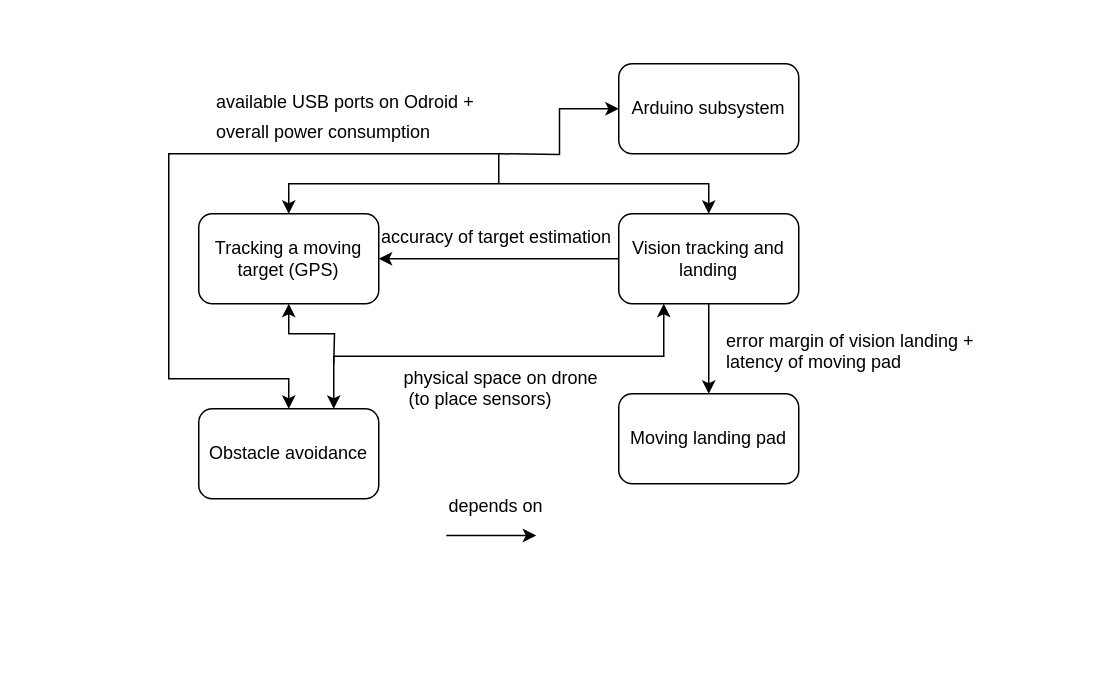
Earlier version of the draw.io diagram dependency_graph.drawio (prasannawilliams/high-level-architecture). Source tidied: cells renumbered, new cells numbered last; positions are measured from the earlier drawing's top-left corner, leaving out a move shared by most shapes. Both pictures are drawn from the tidied source at 150%, with x=0, y=0 at pixel (168, 63).
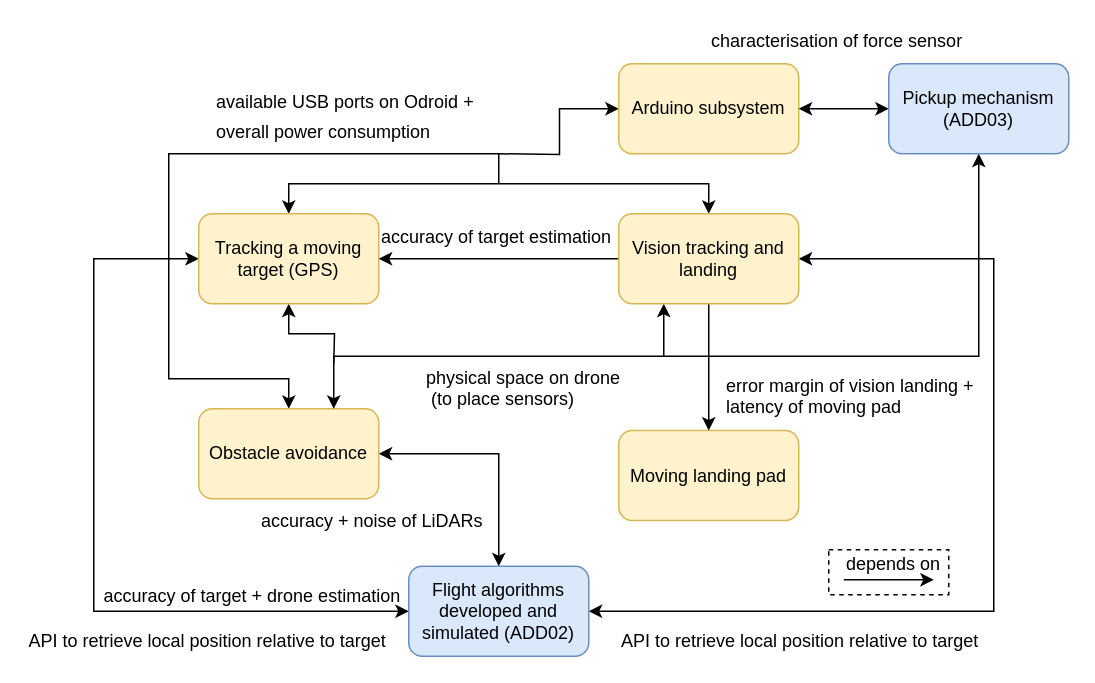
After the change.

Diff of the diagram source:
```diff
@@
+    <mxCell id="21" style="rounded=0;whiteSpace=wrap;html=1;dashed=1;" parent="1" vertex="1">
+      <mxGeometry x="440" y="324" width="80" height="30" as="geometry" />
+    </mxCell>
@@
+    <mxCell id="22" style="edgeStyle=orthogonalEdgeStyle;rounded=0;jettySize=auto;html=1;startArrow=classic;startFill=1;endArrow=classic;endFill=1;entryX=0;entryY=0.5;entryDx=0;entryDy=0;" parent="1" edge="1" source="4" target="25">
+      <mxGeometry relative="1" as="geometry">
+        <Array as="points">
+          <mxPoint x="-50" y="130" />
+          <mxPoint x="-50" y="365" />
+        </Array>
+      </mxGeometry>
+    </mxCell>
-    <mxCell id="4" value="Tracking a moving target (GPS)" style="rounded=1;whiteSpace=wrap;html=1;" parent="1" vertex="1">
+    <mxCell id="4" value="Tracking a moving target (GPS)" style="rounded=1;whiteSpace=wrap;html=1;fillColor=#fff2cc;strokeColor=#d6b656;" parent="1" vertex="1">
       <mxGeometry x="20" y="100" width="120" height="60" as="geometry" />
     </mxCell>
     <mxCell id="5" style="endArrow=classic;html=1;" parent="1" edge="1">
       <mxGeometry relative="1" as="geometry">
-        <mxPoint x="185" y="314.5" as="sourcePoint" />
-        <mxPoint x="245" y="314.5" as="targetPoint" />
+        <mxPoint x="450" y="344" as="sourcePoint" />
+        <mxPoint x="510" y="344" as="targetPoint" />
       </mxGeometry>
     </mxCell>
     <mxCell id="6" value="depends on" style="text;html=1;align=left;verticalAlign=top;spacingTop=-4;" parent="1" vertex="1">
-      <mxGeometry x="185" y="284.5" width="80" height="20" as="geometry" />
+      <mxGeometry x="450" y="324" width="80" height="20" as="geometry" />
     </mxCell>
-    <mxCell id="7" value="Moving landing pad" style="rounded=1;whiteSpace=wrap;html=1;" parent="1" vertex="1">
-      <mxGeometry x="300" y="220" width="120" height="60" as="geometry" />
+    <mxCell id="7" value="Moving landing pad" style="rounded=1;whiteSpace=wrap;html=1;fillColor=#fff2cc;strokeColor=#d6b656;" parent="1" vertex="1">
+      <mxGeometry x="300" y="244.5" width="120" height="60" as="geometry" />
     </mxCell>
@@
+    <mxCell id="23" style="edgeStyle=orthogonalEdgeStyle;rounded=0;jettySize=auto;html=1;entryX=0.5;entryY=0;entryDx=0;entryDy=0;startArrow=classic;startFill=1;endArrow=classic;endFill=1;" parent="1" edge="1" source="9" target="25">
+      <mxGeometry relative="1" as="geometry" />
+    </mxCell>
-    <mxCell id="9" value="Obstacle avoidance" style="rounded=1;whiteSpace=wrap;html=1;" parent="1" vertex="1">
+    <mxCell id="9" value="Obstacle avoidance" style="rounded=1;whiteSpace=wrap;html=1;fillColor=#fff2cc;strokeColor=#d6b656;" parent="1" vertex="1">
       <mxGeometry x="20" y="230" width="120" height="60" as="geometry" />
     </mxCell>
@@
+    <mxCell id="24" style="edgeStyle=orthogonalEdgeStyle;rounded=0;jettySize=auto;html=1;entryX=1;entryY=0.5;entryDx=0;entryDy=0;startArrow=classic;startFill=1;endArrow=classic;endFill=1;" parent="1" edge="1" source="13" target="25">
+      <mxGeometry relative="1" as="geometry">
+        <Array as="points">
+          <mxPoint x="550" y="130" />
+          <mxPoint x="550" y="365" />
+        </Array>
+      </mxGeometry>
+    </mxCell>
-    <mxCell id="13" value="Vision tracking and landing" style="rounded=1;whiteSpace=wrap;html=1;" parent="1" vertex="1">
+    <mxCell id="13" value="Vision tracking and landing" style="rounded=1;whiteSpace=wrap;html=1;fillColor=#fff2cc;strokeColor=#d6b656;" parent="1" vertex="1">
       <mxGeometry x="300" y="100" width="120" height="60" as="geometry" />
     </mxCell>
@@
     <mxCell id="15" value="error margin of vision landing +&lt;br&gt;latency of moving pad&lt;br&gt;" style="text;html=1;align=left;verticalAlign=top;spacingTop=-4;" parent="1" vertex="1">
-      <mxGeometry x="370" y="175" width="180" height="30" as="geometry" />
+      <mxGeometry x="370" y="205" width="180" height="30" as="geometry" />
     </mxCell>
     <mxCell id="16" value="physical space on drone&lt;br&gt;&amp;nbsp;(to place sensors)" style="text;html=1;align=left;verticalAlign=top;spacingTop=-4;" parent="1" vertex="1">
-      <mxGeometry x="155" y="200" width="140" height="30" as="geometry" />
+      <mxGeometry x="170" y="200" width="140" height="30" as="geometry" />
     </mxCell>
@@
-    <mxCell id="20" value="Arduino subsystem" style="rounded=1;whiteSpace=wrap;html=1;" parent="1" vertex="1">
+    <mxCell id="20" value="Arduino subsystem" style="rounded=1;whiteSpace=wrap;html=1;fillColor=#fff2cc;strokeColor=#d6b656;" parent="1" vertex="1">
       <mxGeometry x="300" width="120" height="60" as="geometry" />
     </mxCell>
+    <mxCell id="25" value="Flight algorithms developed and simulated (ADD02)" style="rounded=1;whiteSpace=wrap;html=1;fillColor=#dae8fc;strokeColor=#6c8ebf;" parent="1" vertex="1">
+      <mxGeometry x="160" y="335" width="120" height="60" as="geometry" />
+    </mxCell>
+    <mxCell id="26" value="accuracy + noise of LiDARs" style="text;html=1;align=left;verticalAlign=top;spacingTop=-4;" parent="1" vertex="1">
+      <mxGeometry x="60" y="294.5" width="160" height="20" as="geometry" />
+    </mxCell>
+    <mxCell id="27" value="API to retrieve local position relative to target" style="text;html=1;align=left;verticalAlign=top;spacingTop=-4;" parent="1" vertex="1">
+      <mxGeometry x="300" y="375" width="250" height="20" as="geometry" />
+    </mxCell>
+    <mxCell id="28" value="API to retrieve local position relative to target" style="text;html=1;align=left;verticalAlign=top;spacingTop=-4;" parent="1" vertex="1">
+      <mxGeometry x="-95" y="375" width="250" height="20" as="geometry" />
+    </mxCell>
+    <mxCell id="29" value="accuracy of target + drone estimation&lt;br&gt;" style="text;html=1;align=left;verticalAlign=top;spacingTop=-4;" parent="1" vertex="1">
+      <mxGeometry x="-45" y="345" width="210" height="20" as="geometry" />
+    </mxCell>
+    <mxCell id="30" style="edgeStyle=orthogonalEdgeStyle;rounded=0;jettySize=auto;html=1;startArrow=classic;startFill=1;endArrow=classic;endFill=1;" parent="1" edge="1" source="32" target="20">
+      <mxGeometry relative="1" as="geometry" />
+    </mxCell>
+    <mxCell id="31" style="edgeStyle=orthogonalEdgeStyle;rounded=0;jettySize=auto;html=1;startArrow=classic;startFill=1;endArrow=none;endFill=0;" parent="1" edge="1" source="32">
+      <mxGeometry relative="1" as="geometry">
+        <mxPoint x="330" y="195" as="targetPoint" />
+        <Array as="points">
+          <mxPoint x="540" y="195" />
+        </Array>
+      </mxGeometry>
+    </mxCell>
+    <mxCell id="32" value="Pickup mechanism (ADD03)" style="rounded=1;whiteSpace=wrap;html=1;fillColor=#dae8fc;strokeColor=#6c8ebf;" parent="1" vertex="1">
+      <mxGeometry x="480" width="120" height="60" as="geometry" />
+    </mxCell>
+    <mxCell id="33" value="characterisation of force sensor" style="text;html=1;align=left;verticalAlign=top;spacingTop=-4;" parent="1" vertex="1">
+      <mxGeometry x="360" y="-25" width="180" height="20" as="geometry" />
+    </mxCell>
```
